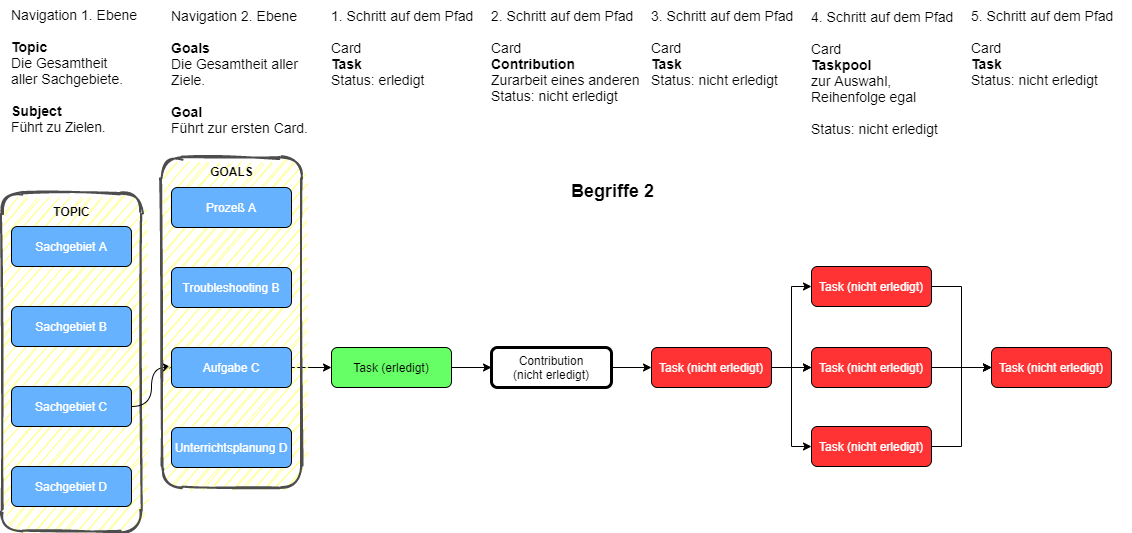
The draw.io diagram documentation/images/cs-begriffe-02.png in petersell/cardstepper, before a commit. Source tidied: cells renumbered, new cells last; positions are measured from the earlier drawing's top-left corner, leaving out a move shared by most shapes.
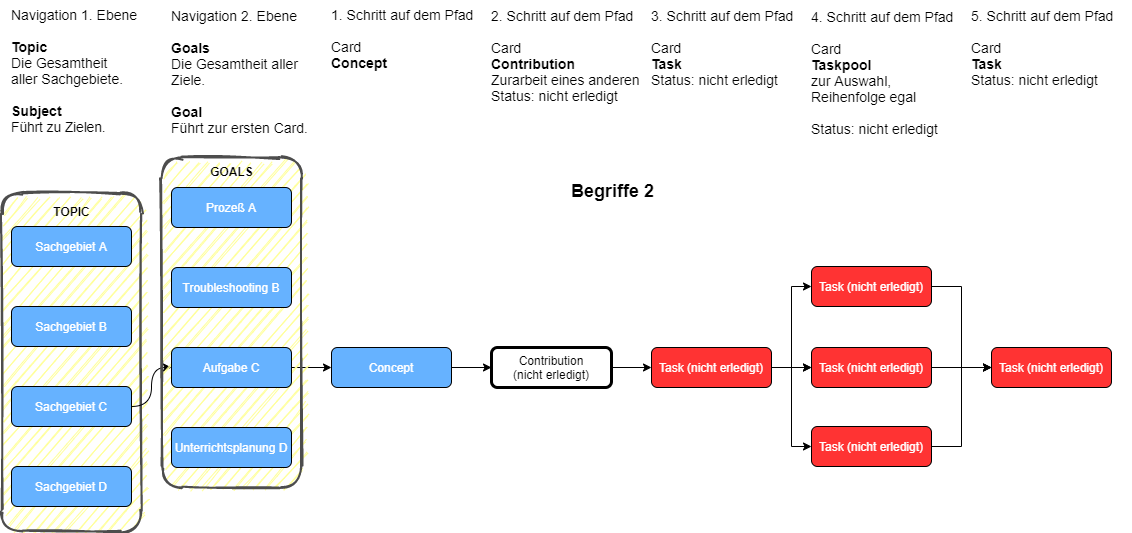
After the commit.

Change to the diagram source:
```diff
@@ -14,7 +14,7 @@
     <mxCell id="5" style="edgeStyle=orthogonalEdgeStyle;rounded=0;jettySize=auto;html=1;" parent="1" edge="1" source="6" target="8">
       <mxGeometry relative="1" as="geometry" />
     </mxCell>
-    <mxCell id="6" value="Task (erledigt)" style="rounded=1;whiteSpace=wrap;html=1;fillColor=#66FF66;" parent="1" vertex="1">
+    <mxCell id="6" value="&lt;font color=&quot;#ffffff&quot;&gt;Concept&lt;/font&gt;" style="rounded=1;whiteSpace=wrap;html=1;fillColor=#66B2FF;" parent="1" vertex="1">
       <mxGeometry x="330" y="347" width="120" height="40" as="geometry" />
     </mxCell>
     <mxCell id="7" style="edgeStyle=orthogonalEdgeStyle;rounded=0;jettySize=auto;html=1;" parent="1" edge="1" source="8" target="13">
@@ -110,8 +110,8 @@
     <mxCell id="37" value="Navigation 2. Ebene&lt;br style=&quot;font-size: 14px&quot;&gt;&lt;b&gt;&lt;br&gt;Goals&lt;/b&gt;&lt;br&gt;Die Gesamtheit aller&lt;br&gt;Ziele.&lt;br&gt;&lt;br&gt;&lt;b&gt;Goal&lt;/b&gt;&lt;br&gt;Führt zur ersten Card." style="text;html=1;align=left;verticalAlign=middle;fontSize=14;spacing=0;" parent="1" vertex="1">
       <mxGeometry x="170" y="1" width="150" height="140" as="geometry" />
     </mxCell>
-    <mxCell id="38" value="1. Schritt auf dem Pfad&lt;br&gt;&lt;br&gt;Card&lt;br style=&quot;font-size: 14px&quot;&gt;&lt;b&gt;Task&lt;/b&gt;&lt;br style=&quot;font-size: 14px&quot;&gt;Status: erledigt" style="text;html=1;align=left;verticalAlign=middle;fontSize=14;spacing=0;" parent="1" vertex="1">
-      <mxGeometry x="330" y="2" width="160" height="90" as="geometry" />
+    <mxCell id="38" value="1. Schritt auf dem Pfad&lt;br&gt;&lt;br&gt;Card&lt;br style=&quot;font-size: 14px&quot;&gt;&lt;b&gt;Concept&lt;/b&gt;" style="text;html=1;align=left;verticalAlign=middle;fontSize=14;spacing=0;" parent="1" vertex="1">
+      <mxGeometry x="330" y="3" width="160" height="70" as="geometry" />
     </mxCell>
     <mxCell id="39" value="3. Schritt auf dem Pfad&lt;br&gt;&lt;br&gt;Card&lt;br style=&quot;font-size: 14px&quot;&gt;&lt;b&gt;Task&lt;/b&gt;&lt;br style=&quot;font-size: 14px&quot;&gt;Status: nicht erledigt" style="text;html=1;align=left;verticalAlign=middle;fontSize=14;spacing=0;" parent="1" vertex="1">
       <mxGeometry x="650" y="2" width="160" height="90" as="geometry" />
```
